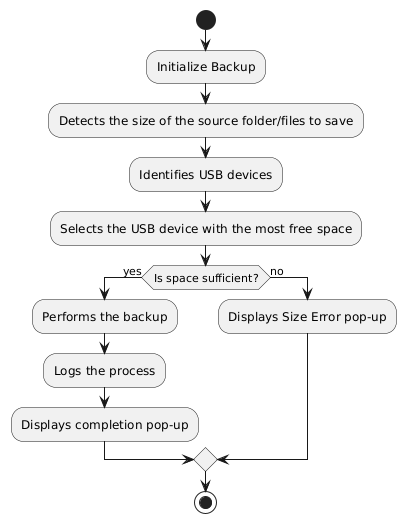
Above: images/backup_activity.png in ProgrammazioneDiSistema2024-IA-ZZ/Group-37 (PlantUML), before the change.
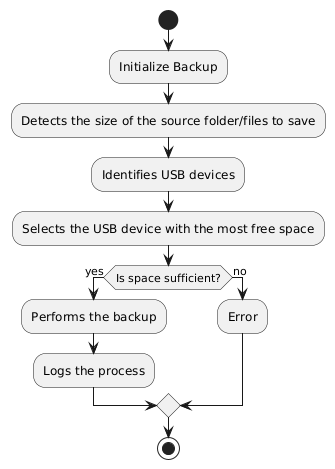
The same file after the commit.

Commit message:
Merge commit 'a9395025daa2fdc97df330d7369fd527a0bb2a47'

The edit, as a diff of the source:
```diff
@@ -7,9 +7,8 @@
 if (Is space sufficient?) then (yes)
   :Performs the backup;
   :Logs the process;
-  :Displays completion pop-up;
 else (no)
-  :Displays Size Error pop-up;
+  :Error;
 endif
 stop
 @enduml
```
